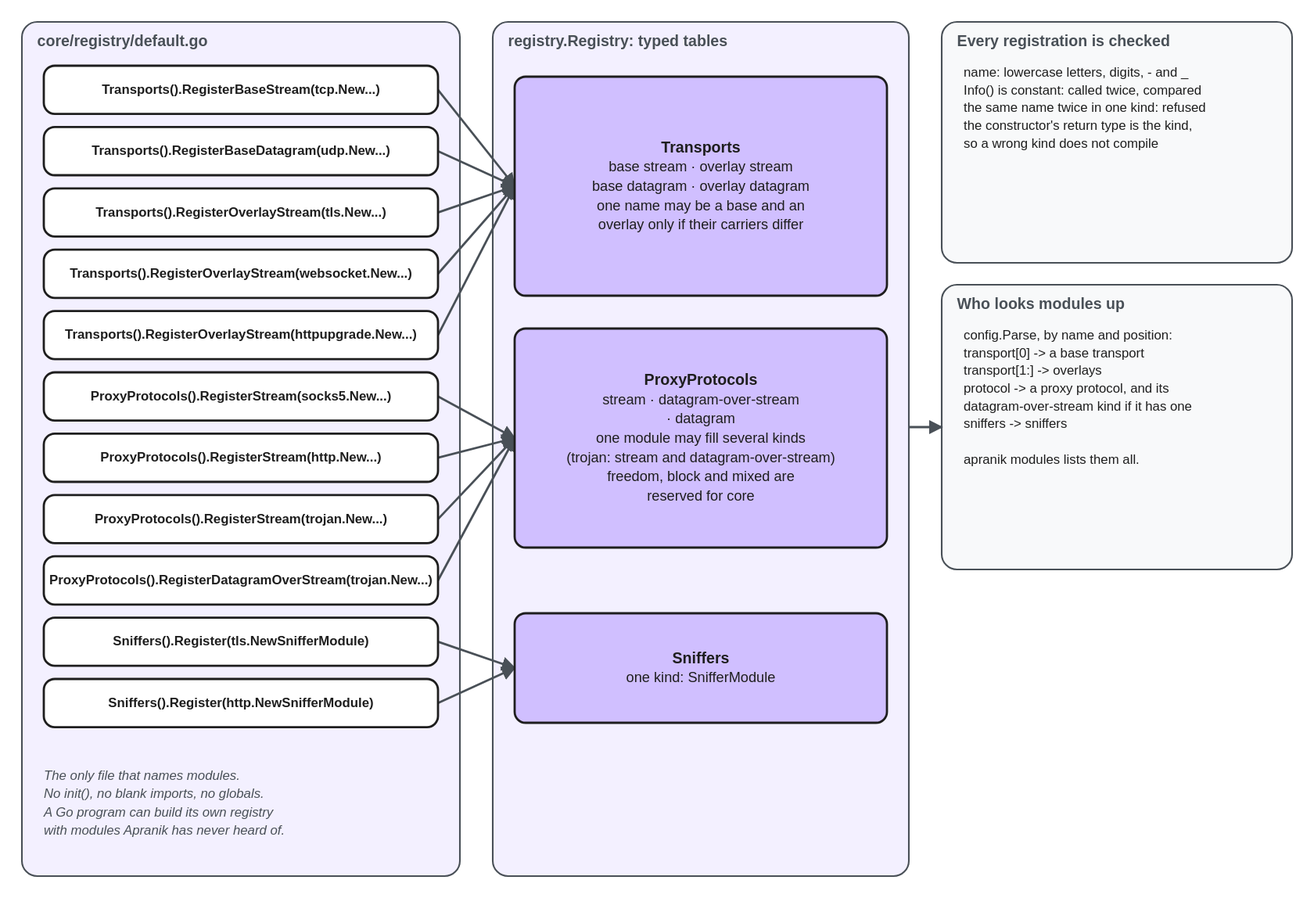
The Excalidraw diagram docs/assets/diagrams/module-registry.excalidraw.svg in we-apranik/apranik, before a commit. Source tidied: one line per element, renumbered; positions are measured from the earlier drawing's top-left corner, leaving out a move shared by most shapes. The source it was exported from:
```json
{"id": 0, "type": "rectangle", "strokeColor": "#495057", "backgroundColor": "#f3f0ff", "fillStyle": "solid", "strokeWidth": 1, "roughness": 0, "round": true, "x": 0, "y": 0, "width": 400, "height": 780}
{"id": 1, "type": "text", "text": "core/registry/default.go", "strokeColor": "#495057", "strokeWidth": 2, "roughness": 0, "fontSize": 14, "fontFamily": 2, "verticalAlign": "middle", "x": 14, "y": 8, "width": 372, "height": 18}
{"id": 2, "type": "rectangle", "strokeColor": "#1e1e1e", "backgroundColor": "#ffffff", "fillStyle": "solid", "strokeWidth": 2, "roughness": 0, "round": true, "x": 20, "y": 40, "width": 360, "height": 44}
{"id": 3, "type": "text", "text": "Transports().RegisterBaseStream(tcp.New...)", "strokeColor": "#1e1e1e", "strokeWidth": 2, "roughness": 0, "fontSize": 11, "fontFamily": 2, "textAlign": "center", "verticalAlign": "middle", "inside": 2, "x": 20, "y": 40, "width": 360, "height": 14}
{"id": 4, "type": "arrow", "strokeColor": "#495057", "strokeWidth": 2, "roughness": 0, "endArrowhead": "arrow", "from": 2, "to": 38, "x": 380, "y": 62, "width": 70, "height": 88, "points": [[0, 0], [70, 88]]}
{"id": 5, "type": "rectangle", "strokeColor": "#1e1e1e", "backgroundColor": "#ffffff", "fillStyle": "solid", "strokeWidth": 2, "roughness": 0, "round": true, "x": 20, "y": 96, "width": 360, "height": 44}
{"id": 6, "type": "text", "text": "Transports().RegisterBaseDatagram(udp.New...)", "strokeColor": "#1e1e1e", "strokeWidth": 2, "roughness": 0, "fontSize": 11, "fontFamily": 2, "textAlign": "center", "verticalAlign": "middle", "inside": 5, "x": 20, "y": 96, "width": 360, "height": 14}
{"id": 7, "type": "arrow", "strokeColor": "#495057", "strokeWidth": 2, "roughness": 0, "endArrowhead": "arrow", "from": 5, "to": 38, "x": 380, "y": 118, "width": 70, "height": 32, "points": [[0, 0], [70, 32]]}
{"id": 8, "type": "rectangle", "strokeColor": "#1e1e1e", "backgroundColor": "#ffffff", "fillStyle": "solid", "strokeWidth": 2, "roughness": 0, "round": true, "x": 20, "y": 152, "width": 360, "height": 44}
{"id": 9, "type": "text", "text": "Transports().RegisterOverlayStream(tls.New...)", "strokeColor": "#1e1e1e", "strokeWidth": 2, "roughness": 0, "fontSize": 11, "fontFamily": 2, "textAlign": "center", "verticalAlign": "middle", "inside": 8, "x": 20, "y": 152, "width": 360, "height": 14}
{"id": 10, "type": "arrow", "strokeColor": "#495057", "strokeWidth": 2, "roughness": 0, "endArrowhead": "arrow", "from": 8, "to": 38, "x": 380, "y": 174, "width": 70, "height": 24, "points": [[0, 0], [70, -24]]}
{"id": 11, "type": "rectangle", "strokeColor": "#1e1e1e", "backgroundColor": "#ffffff", "fillStyle": "solid", "strokeWidth": 2, "roughness": 0, "round": true, "x": 20, "y": 208, "width": 360, "height": 44}
{"id": 12, "type": "text", "text": "Transports().RegisterOverlayStream(websocket.New...)", "strokeColor": "#1e1e1e", "strokeWidth": 2, "roughness": 0, "fontSize": 11, "fontFamily": 2, "textAlign": "center", "verticalAlign": "middle", "inside": 11, "x": 20, "y": 208, "width": 360, "height": 14}
{"id": 13, "type": "arrow", "strokeColor": "#495057", "strokeWidth": 2, "roughness": 0, "endArrowhead": "arrow", "from": 11, "to": 38, "x": 380, "y": 230, "width": 70, "height": 80, "points": [[0, 0], [70, -80]]}
{"id": 14, "type": "rectangle", "strokeColor": "#1e1e1e", "backgroundColor": "#ffffff", "fillStyle": "solid", "strokeWidth": 2, "roughness": 0, "round": true, "x": 20, "y": 264, "width": 360, "height": 44}
{"id": 15, "type": "text", "text": "Transports().RegisterOverlayStream(httpupgrade.New...)", "strokeColor": "#1e1e1e", "strokeWidth": 2, "roughness": 0, "fontSize": 11, "fontFamily": 2, "textAlign": "center", "verticalAlign": "middle", "inside": 14, "x": 20, "y": 264, "width": 360, "height": 14}
{"id": 16, "type": "arrow", "strokeColor": "#495057", "strokeWidth": 2, "roughness": 0, "endArrowhead": "arrow", "from": 14, "to": 38, "x": 380, "y": 286, "width": 70, "height": 136, "points": [[0, 0], [70, -136]]}
{"id": 17, "type": "rectangle", "strokeColor": "#1e1e1e", "backgroundColor": "#ffffff", "fillStyle": "solid", "strokeWidth": 2, "roughness": 0, "round": true, "x": 20, "y": 320, "width": 360, "height": 44}
{"id": 18, "type": "text", "text": "ProxyProtocols().RegisterStream(socks5.New...)", "strokeColor": "#1e1e1e", "strokeWidth": 2, "roughness": 0, "fontSize": 11, "fontFamily": 2, "textAlign": "center", "verticalAlign": "middle", "inside": 17, "x": 20, "y": 320, "width": 360, "height": 14}
{"id": 19, "type": "arrow", "strokeColor": "#495057", "strokeWidth": 2, "roughness": 0, "endArrowhead": "arrow", "from": 17, "to": 40, "x": 380, "y": 342, "width": 70, "height": 38, "points": [[0, 0], [70, 38]]}
{"id": 20, "type": "rectangle", "strokeColor": "#1e1e1e", "backgroundColor": "#ffffff", "fillStyle": "solid", "strokeWidth": 2, "roughness": 0, "round": true, "x": 20, "y": 376, "width": 360, "height": 44}
{"id": 21, "type": "text", "text": "ProxyProtocols().RegisterStream(http.New...)", "strokeColor": "#1e1e1e", "strokeWidth": 2, "roughness": 0, "fontSize": 11, "fontFamily": 2, "textAlign": "center", "verticalAlign": "middle", "inside": 20, "x": 20, "y": 376, "width": 360, "height": 14}
{"id": 22, "type": "arrow", "strokeColor": "#495057", "strokeWidth": 2, "roughness": 0, "endArrowhead": "arrow", "from": 20, "to": 40, "x": 380, "y": 398, "width": 70, "height": 18, "points": [[0, 0], [70, -18]]}
{"id": 23, "type": "rectangle", "strokeColor": "#1e1e1e", "backgroundColor": "#ffffff", "fillStyle": "solid", "strokeWidth": 2, "roughness": 0, "round": true, "x": 20, "y": 432, "width": 360, "height": 44}
{"id": 24, "type": "text", "text": "ProxyProtocols().RegisterStream(trojan.New...)", "strokeColor": "#1e1e1e", "strokeWidth": 2, "roughness": 0, "fontSize": 11, "fontFamily": 2, "textAlign": "center", "verticalAlign": "middle", "inside": 23, "x": 20, "y": 432, "width": 360, "height": 14}
{"id": 25, "type": "arrow", "strokeColor": "#495057", "strokeWidth": 2, "roughness": 0, "endArrowhead": "arrow", "from": 23, "to": 40, "x": 380, "y": 454, "width": 70, "height": 74, "points": [[0, 0], [70, -74]]}
{"id": 26, "type": "rectangle", "strokeColor": "#1e1e1e", "backgroundColor": "#ffffff", "fillStyle": "solid", "strokeWidth": 2, "roughness": 0, "round": true, "x": 20, "y": 488, "width": 360, "height": 44}
{"id": 27, "type": "text", "text": "ProxyProtocols().RegisterDatagramOverStream(trojan.New...)", "strokeColor": "#1e1e1e", "strokeWidth": 2, "roughness": 0, "fontSize": 11, "fontFamily": 2, "textAlign": "center", "verticalAlign": "middle", "inside": 26, "x": 20, "y": 488, "width": 360, "height": 14}
{"id": 28, "type": "arrow", "strokeColor": "#495057", "strokeWidth": 2, "roughness": 0, "endArrowhead": "arrow", "from": 26, "to": 40, "x": 380, "y": 510, "width": 70, "height": 130, "points": [[0, 0], [70, -130]]}
{"id": 29, "type": "rectangle", "strokeColor": "#1e1e1e", "backgroundColor": "#ffffff", "fillStyle": "solid", "strokeWidth": 2, "roughness": 0, "round": true, "x": 20, "y": 544, "width": 360, "height": 44}
{"id": 30, "type": "text", "text": "Sniffers().Register(tls.NewSnifferModule)", "strokeColor": "#1e1e1e", "strokeWidth": 2, "roughness": 0, "fontSize": 11, "fontFamily": 2, "textAlign": "center", "verticalAlign": "middle", "inside": 29, "x": 20, "y": 544, "width": 360, "height": 14}
{"id": 31, "type": "arrow", "strokeColor": "#495057", "strokeWidth": 2, "roughness": 0, "endArrowhead": "arrow", "from": 29, "to": 42, "x": 380, "y": 566, "width": 70, "height": 24, "points": [[0, 0], [70, 24]]}
{"id": 32, "type": "rectangle", "strokeColor": "#1e1e1e", "backgroundColor": "#ffffff", "fillStyle": "solid", "strokeWidth": 2, "roughness": 0, "round": true, "x": 20, "y": 600, "width": 360, "height": 44}
{"id": 33, "type": "text", "text": "Sniffers().Register(http.NewSnifferModule)", "strokeColor": "#1e1e1e", "strokeWidth": 2, "roughness": 0, "fontSize": 11, "fontFamily": 2, "textAlign": "center", "verticalAlign": "middle", "inside": 32, "x": 20, "y": 600, "width": 360, "height": 14}
{"id": 34, "type": "arrow", "strokeColor": "#495057", "strokeWidth": 2, "roughness": 0, "endArrowhead": "arrow", "from": 32, "to": 42, "x": 380, "y": 622, "width": 70, "height": 32, "points": [[0, 0], [70, -32]]}
{"id": 35, "type": "text", "text": "The only file that names modules.\nNo init(), no blank imports, no globals.\nA Go program can build its own registry\nwith modules Apranik has never heard of.", "strokeColor": "#495057", "strokeWidth": 2, "roughness": 0, "fontSize": 12, "fontFamily": 2, "verticalAlign": "middle", "x": 20, "y": 680, "width": 360, "height": 60}
{"id": 36, "type": "rectangle", "strokeColor": "#495057", "backgroundColor": "#f3f0ff", "fillStyle": "solid", "strokeWidth": 1, "roughness": 0, "round": true, "x": 430, "y": 0, "width": 380, "height": 780}
{"id": 37, "type": "text", "text": "registry.Registry: typed tables", "strokeColor": "#495057", "strokeWidth": 2, "roughness": 0, "fontSize": 14, "fontFamily": 2, "verticalAlign": "middle", "x": 444, "y": 8, "width": 352, "height": 18}
{"id": 38, "type": "rectangle", "strokeColor": "#1e1e1e", "backgroundColor": "#d0bfff", "fillStyle": "solid", "strokeWidth": 2, "roughness": 0, "round": true, "x": 450, "y": 50, "width": 340, "height": 200}
{"id": 39, "type": "text", "text": "Transports\nbase stream · overlay stream\nbase datagram · overlay datagram\none name may be a base and an\noverlay only if their carriers differ", "strokeColor": "#1e1e1e", "strokeWidth": 2, "roughness": 0, "fontSize": 13, "fontFamily": 2, "textAlign": "center", "verticalAlign": "middle", "inside": 38, "x": 450, "y": 50, "width": 340, "height": 81}
{"id": 40, "type": "rectangle", "strokeColor": "#1e1e1e", "backgroundColor": "#d0bfff", "fillStyle": "solid", "strokeWidth": 2, "roughness": 0, "round": true, "x": 450, "y": 280, "width": 340, "height": 200}
{"id": 41, "type": "text", "text": "ProxyProtocols\nstream · datagram-over-stream\n· datagram\none module may fill several kinds\n(trojan: stream and datagram-over-stream)\nfreedom, block and mixed are\nreserved for core", "strokeColor": "#1e1e1e", "strokeWidth": 2, "roughness": 0, "fontSize": 13, "fontFamily": 2, "textAlign": "center", "verticalAlign": "middle", "inside": 40, "x": 450, "y": 280, "width": 340, "height": 114}
{"id": 42, "type": "rectangle", "strokeColor": "#1e1e1e", "backgroundColor": "#d0bfff", "fillStyle": "solid", "strokeWidth": 2, "roughness": 0, "round": true, "x": 450, "y": 540, "width": 340, "height": 100}
{"id": 43, "type": "text", "text": "Sniffers\none kind: SnifferModule", "strokeColor": "#1e1e1e", "strokeWidth": 2, "roughness": 0, "fontSize": 13, "fontFamily": 2, "textAlign": "center", "verticalAlign": "middle", "inside": 42, "x": 450, "y": 540, "width": 340, "height": 32}
{"id": 44, "type": "rectangle", "strokeColor": "#495057", "backgroundColor": "#f8f9fa", "fillStyle": "solid", "strokeWidth": 1, "roughness": 0, "round": true, "x": 840, "y": 0, "width": 320, "height": 220}
{"id": 45, "type": "text", "text": "Every registration is checked", "strokeColor": "#495057", "strokeWidth": 2, "roughness": 0, "fontSize": 14, "fontFamily": 2, "verticalAlign": "middle", "x": 854, "y": 8, "width": 292, "height": 18}
{"id": 46, "type": "text", "text": "name: lowercase letters, digits, - and _\nInfo() is constant: called twice, compared\nthe same name twice in one kind: refused\nthe constructor's return type is the kind,\nso a wrong kind does not compile", "strokeColor": "#1e1e1e", "strokeWidth": 2, "roughness": 0, "fontSize": 12, "fontFamily": 2, "verticalAlign": "middle", "x": 860, "y": 38, "width": 600, "height": 75}
{"id": 47, "type": "rectangle", "strokeColor": "#495057", "backgroundColor": "#f8f9fa", "fillStyle": "solid", "strokeWidth": 1, "roughness": 0, "round": true, "x": 840, "y": 240, "width": 320, "height": 260}
{"id": 48, "type": "text", "text": "Who looks modules up", "strokeColor": "#495057", "strokeWidth": 2, "roughness": 0, "fontSize": 14, "fontFamily": 2, "verticalAlign": "middle", "x": 854, "y": 248, "width": 292, "height": 18}
{"id": 49, "type": "text", "text": "config.Parse, by name and position:\ntransport[0] -> a base transport\ntransport[1:] -> overlays\nprotocol -> a proxy protocol, and its\n  datagram-over-stream kind if it has one\nsniffers -> sniffers\n\napranik modules lists them all.", "strokeColor": "#1e1e1e", "strokeWidth": 2, "roughness": 0, "fontSize": 12, "fontFamily": 2, "verticalAlign": "middle", "x": 860, "y": 278, "width": 600, "height": 120}
{"id": 50, "type": "arrow", "strokeColor": "#495057", "strokeWidth": 2, "roughness": 0, "endArrowhead": "arrow", "from": 36, "to": 47, "x": 810, "y": 370, "width": 30, "height": 0, "points": [[0, 0], [30, 0]]}
```
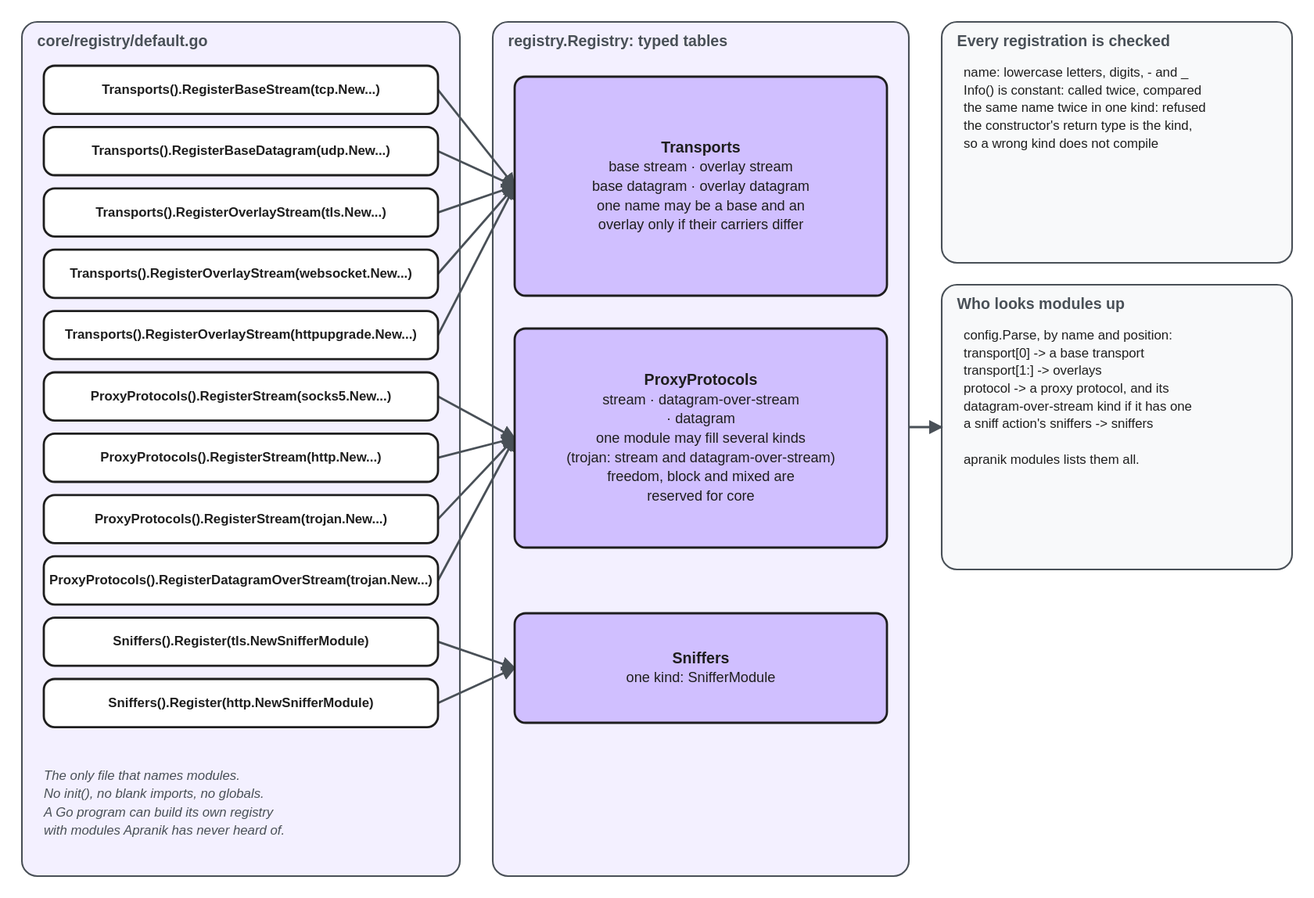
After the change.

Commit message:
Point the module registry diagram at the sniff action's sniffers

The edit, as a diff of the source:
```diff
@@ -47,5 +47,5 @@
 {"id": 46, "type": "text", "text": "name: lowercase letters, digits, - and _\nInfo() is constant: called twice, compared\nthe same name twice in one kind: refused\nthe constructor's return type is the kind,\nso a wrong kind does not compile", "strokeColor": "#1e1e1e", "strokeWidth": 2, "roughness": 0, "fontSize": 12, "fontFamily": 2, "verticalAlign": "middle", "x": 860, "y": 38, "width": 600, "height": 75}
 {"id": 47, "type": "rectangle", "strokeColor": "#495057", "backgroundColor": "#f8f9fa", "fillStyle": "solid", "strokeWidth": 1, "roughness": 0, "round": true, "x": 840, "y": 240, "width": 320, "height": 260}
 {"id": 48, "type": "text", "text": "Who looks modules up", "strokeColor": "#495057", "strokeWidth": 2, "roughness": 0, "fontSize": 14, "fontFamily": 2, "verticalAlign": "middle", "x": 854, "y": 248, "width": 292, "height": 18}
-{"id": 49, "type": "text", "text": "config.Parse, by name and position:\ntransport[0] -> a base transport\ntransport[1:] -> overlays\nprotocol -> a proxy protocol, and its\n  datagram-over-stream kind if it has one\nsniffers -> sniffers\n\napranik modules lists them all.", "strokeColor": "#1e1e1e", "strokeWidth": 2, "roughness": 0, "fontSize": 12, "fontFamily": 2, "verticalAlign": "middle", "x": 860, "y": 278, "width": 600, "height": 120}
+{"id": 49, "type": "text", "text": "config.Parse, by name and position:\ntransport[0] -> a base transport\ntransport[1:] -> overlays\nprotocol -> a proxy protocol, and its\n  datagram-over-stream kind if it has one\na sniff action's sniffers -> sniffers\n\napranik modules lists them all.", "strokeColor": "#1e1e1e", "strokeWidth": 2, "roughness": 0, "fontSize": 12, "fontFamily": 2, "verticalAlign": "middle", "x": 860, "y": 278, "width": 600, "height": 120}
 {"id": 50, "type": "arrow", "strokeColor": "#495057", "strokeWidth": 2, "roughness": 0, "endArrowhead": "arrow", "from": 36, "to": 47, "x": 810, "y": 370, "width": 30, "height": 0, "points": [[0, 0], [30, 0]]}
```
